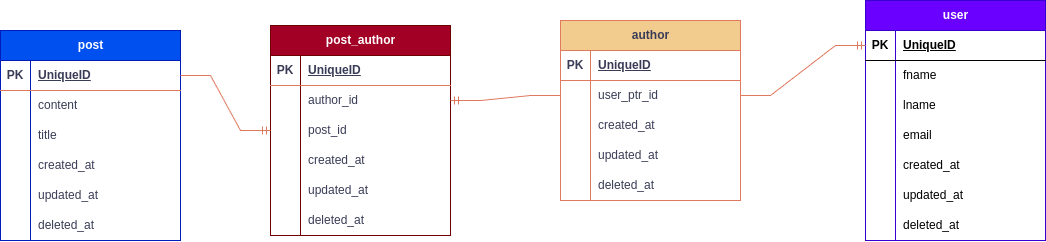
This is BlogApp_ERD.drawio.png from MohammadYeganeFar/Blog_App, a draw.io export, as it was before one commit. Source tidied: cells renumbered, new cells last; positions are measured from the earlier drawing's top-left corner, leaving out a move shared by most shapes.
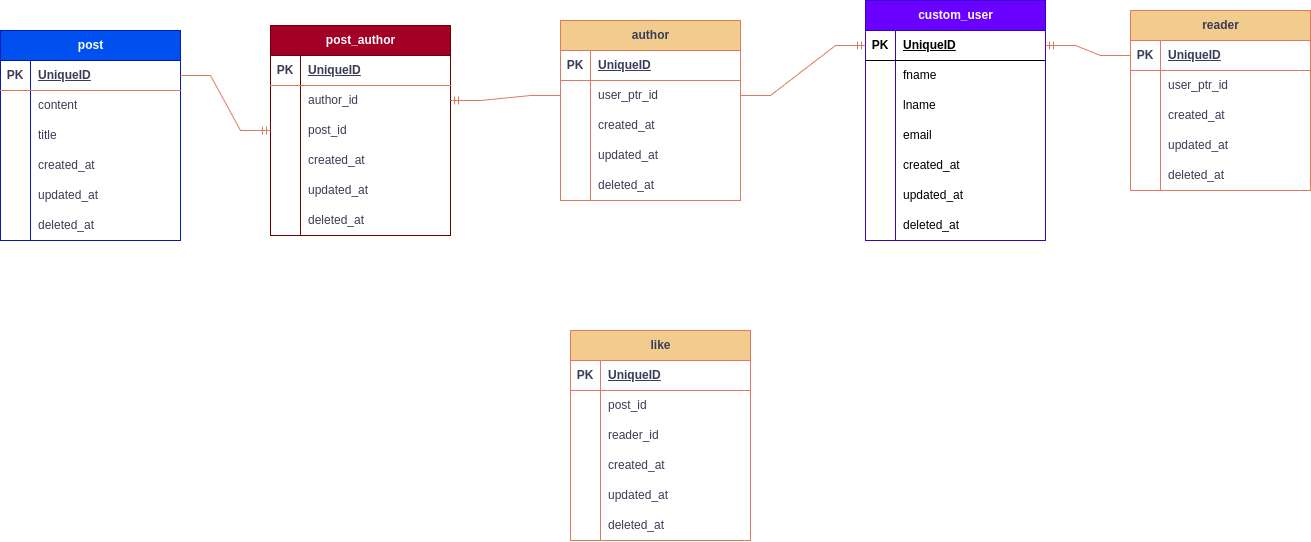
After the commit.

Commit message:
Update BlogApp_ERD.drawio.png: add table like. rename user to custom_user, connect custom_user to reader.

The edit, as a diff of the source:
```diff
@@ -50,7 +50,7 @@
     <mxCell id="17" value="deleted_at" style="shape=partialRectangle;fillColor=none;top=0;left=0;bottom=0;right=0;align=left;spacingLeft=6;overflow=hidden;whiteSpace=wrap;html=1;labelBackgroundColor=none;strokeColor=#E07A5F;fontColor=#393C56;" parent="15" vertex="1">
       <mxGeometry x="30" width="150" height="30" as="geometry" />
     </mxCell>
-    <mxCell id="18" value="user" style="shape=table;startSize=30;rowLines=0;fontStyle=1;align=center;html=1;fillColor=#6a00ff;fontColor=#ffffff;strokeColor=#3700CC;" parent="1" vertex="1">
+    <mxCell id="18" value="custom_user" style="shape=table;startSize=30;rowLines=0;fontStyle=1;align=center;html=1;fillColor=#6a00ff;fontColor=#ffffff;strokeColor=#3700CC;" parent="1" vertex="1">
       <mxGeometry x="865" width="180" height="240" as="geometry" />
     </mxCell>
     <mxCell id="19" style="shape=tableRow;horizontal=0;startSize=0;swimlaneHead=0;swimlaneBody=0;fillColor=none;points=[[0,0.5],[1,0.5]];portConstraint=eastwest;top=0;left=0;right=0;bottom=1;" parent="18" vertex="1">
@@ -239,5 +239,113 @@
     <mxCell id="80" style="edgeStyle=entityRelationEdgeStyle;fontSize=12;html=1;endArrow=ERmandOne;rounded=0;strokeColor=#E07A5F;fontColor=#393C56;fillColor=#F2CC8F;exitX=0;exitY=0.5;exitDx=0;exitDy=0;entryX=1;entryY=0.5;entryDx=0;entryDy=0;" parent="1" edge="1" source="6" target="64">
       <mxGeometry relative="1" as="geometry" />
     </mxCell>
+    <mxCell id="81" value="reader" style="shape=table;startSize=30;rowLines=0;fontStyle=1;align=center;html=1;strokeColor=#E07A5F;fontColor=#393C56;fillColor=#F2CC8F;" parent="1" vertex="1">
+      <mxGeometry x="1130" y="10" width="180" height="180" as="geometry" />
+    </mxCell>
+    <mxCell id="82" style="shape=tableRow;horizontal=0;startSize=0;swimlaneHead=0;swimlaneBody=0;fillColor=none;points=[[0,0.5],[1,0.5]];portConstraint=eastwest;top=0;left=0;right=0;bottom=1;strokeColor=#E07A5F;fontColor=#393C56;" parent="81" vertex="1">
+      <mxGeometry y="30" width="180" height="30" as="geometry" />
+    </mxCell>
+    <mxCell id="83" value="PK" style="shape=partialRectangle;fillColor=none;top=0;left=0;bottom=0;right=0;fontStyle=1;overflow=hidden;whiteSpace=wrap;html=1;strokeColor=#E07A5F;fontColor=#393C56;" parent="82" vertex="1">
+      <mxGeometry width="30" height="30" as="geometry" />
+    </mxCell>
+    <mxCell id="84" value="UniqueID" style="shape=partialRectangle;fillColor=none;top=0;left=0;bottom=0;right=0;align=left;spacingLeft=6;fontStyle=5;overflow=hidden;whiteSpace=wrap;html=1;strokeColor=#E07A5F;fontColor=#393C56;" parent="82" vertex="1">
+      <mxGeometry x="30" width="150" height="30" as="geometry" />
+    </mxCell>
+    <mxCell id="85" style="shape=tableRow;horizontal=0;startSize=0;swimlaneHead=0;swimlaneBody=0;fillColor=none;top=0;left=0;right=0;bottom=0;strokeColor=#E07A5F;fontColor=#393C56;" parent="81" vertex="1">
+      <mxGeometry y="60" width="180" height="30" as="geometry" />
+    </mxCell>
+    <mxCell id="86" style="shape=partialRectangle;fillColor=none;top=0;left=0;bottom=0;right=0;overflow=hidden;whiteSpace=wrap;html=1;strokeColor=#E07A5F;fontColor=#393C56;" parent="85" vertex="1">
+      <mxGeometry width="30" height="30" as="geometry" />
+    </mxCell>
+    <mxCell id="87" value="user_ptr_id" style="shape=partialRectangle;fillColor=none;top=0;left=0;bottom=0;right=0;align=left;spacingLeft=6;overflow=hidden;whiteSpace=wrap;html=1;strokeColor=#E07A5F;fontColor=#393C56;" parent="85" vertex="1">
+      <mxGeometry x="30" width="150" height="30" as="geometry" />
+    </mxCell>
+    <mxCell id="88" style="shape=tableRow;horizontal=0;startSize=0;swimlaneHead=0;swimlaneBody=0;fillColor=none;top=0;left=0;right=0;bottom=0;strokeColor=#E07A5F;fontColor=#393C56;" parent="81" vertex="1">
+      <mxGeometry y="90" width="180" height="30" as="geometry" />
+    </mxCell>
+    <mxCell id="89" style="shape=partialRectangle;fillColor=none;top=0;left=0;bottom=0;right=0;overflow=hidden;whiteSpace=wrap;html=1;strokeColor=#E07A5F;fontColor=#393C56;" parent="88" vertex="1">
+      <mxGeometry width="30" height="30" as="geometry" />
+    </mxCell>
+    <mxCell id="90" value="created_at" style="shape=partialRectangle;fillColor=none;top=0;left=0;bottom=0;right=0;align=left;spacingLeft=6;overflow=hidden;whiteSpace=wrap;html=1;strokeColor=#E07A5F;fontColor=#393C56;" parent="88" vertex="1">
+      <mxGeometry x="30" width="150" height="30" as="geometry" />
+    </mxCell>
+    <mxCell id="91" style="shape=tableRow;horizontal=0;startSize=0;swimlaneHead=0;swimlaneBody=0;fillColor=none;top=0;left=0;right=0;bottom=0;strokeColor=#E07A5F;fontColor=#393C56;" parent="81" vertex="1">
+      <mxGeometry y="120" width="180" height="30" as="geometry" />
+    </mxCell>
+    <mxCell id="92" style="shape=partialRectangle;fillColor=none;top=0;left=0;bottom=0;right=0;overflow=hidden;whiteSpace=wrap;html=1;strokeColor=#E07A5F;fontColor=#393C56;" parent="91" vertex="1">
+      <mxGeometry width="30" height="30" as="geometry" />
+    </mxCell>
+    <mxCell id="93" value="updated_at" style="shape=partialRectangle;fillColor=none;top=0;left=0;bottom=0;right=0;align=left;spacingLeft=6;overflow=hidden;whiteSpace=wrap;html=1;strokeColor=#E07A5F;fontColor=#393C56;" parent="91" vertex="1">
+      <mxGeometry x="30" width="150" height="30" as="geometry" />
+    </mxCell>
+    <mxCell id="94" style="shape=tableRow;horizontal=0;startSize=0;swimlaneHead=0;swimlaneBody=0;fillColor=none;top=0;left=0;right=0;bottom=0;strokeColor=#E07A5F;fontColor=#393C56;" parent="81" vertex="1">
+      <mxGeometry y="150" width="180" height="30" as="geometry" />
+    </mxCell>
+    <mxCell id="95" style="shape=partialRectangle;fillColor=none;top=0;left=0;bottom=0;right=0;overflow=hidden;whiteSpace=wrap;html=1;strokeColor=#E07A5F;fontColor=#393C56;" parent="94" vertex="1">
+      <mxGeometry width="30" height="30" as="geometry" />
+    </mxCell>
+    <mxCell id="96" value="deleted_at" style="shape=partialRectangle;fillColor=none;top=0;left=0;bottom=0;right=0;align=left;spacingLeft=6;overflow=hidden;whiteSpace=wrap;html=1;strokeColor=#E07A5F;fontColor=#393C56;" parent="94" vertex="1">
+      <mxGeometry x="30" width="150" height="30" as="geometry" />
+    </mxCell>
+    <mxCell id="97" value="like" style="shape=table;startSize=30;rowLines=0;fontStyle=1;align=center;html=1;strokeColor=#E07A5F;fontColor=#393C56;fillColor=#F2CC8F;" parent="1" vertex="1">
+      <mxGeometry x="570" y="330" width="180" height="210" as="geometry" />
+    </mxCell>
+    <mxCell id="98" style="shape=tableRow;horizontal=0;startSize=0;swimlaneHead=0;swimlaneBody=0;fillColor=none;top=0;left=0;right=0;bottom=1;strokeColor=#E07A5F;fontColor=#393C56;" parent="97" vertex="1">
+      <mxGeometry y="30" width="180" height="30" as="geometry" />
+    </mxCell>
+    <mxCell id="99" value="PK" style="shape=partialRectangle;fillColor=none;top=0;left=0;bottom=0;right=0;fontStyle=1;overflow=hidden;whiteSpace=wrap;html=1;strokeColor=#E07A5F;fontColor=#393C56;" parent="98" vertex="1">
+      <mxGeometry width="30" height="30" as="geometry" />
+    </mxCell>
+    <mxCell id="100" value="UniqueID" style="shape=partialRectangle;fillColor=none;top=0;left=0;bottom=0;right=0;align=left;spacingLeft=6;fontStyle=5;overflow=hidden;whiteSpace=wrap;html=1;strokeColor=#E07A5F;fontColor=#393C56;" parent="98" vertex="1">
+      <mxGeometry x="30" width="150" height="30" as="geometry" />
+    </mxCell>
+    <mxCell id="101" style="shape=tableRow;horizontal=0;startSize=0;swimlaneHead=0;swimlaneBody=0;fillColor=none;top=0;left=0;right=0;bottom=0;strokeColor=#E07A5F;fontColor=#393C56;" parent="97" vertex="1">
+      <mxGeometry y="60" width="180" height="30" as="geometry" />
+    </mxCell>
+    <mxCell id="102" style="shape=partialRectangle;fillColor=none;top=0;left=0;bottom=0;right=0;overflow=hidden;whiteSpace=wrap;html=1;strokeColor=#E07A5F;fontColor=#393C56;" parent="101" vertex="1">
+      <mxGeometry width="30" height="30" as="geometry" />
+    </mxCell>
+    <mxCell id="103" value="post_id" style="shape=partialRectangle;fillColor=none;top=0;left=0;bottom=0;right=0;align=left;spacingLeft=6;overflow=hidden;whiteSpace=wrap;html=1;strokeColor=#E07A5F;fontColor=#393C56;" parent="101" vertex="1">
+      <mxGeometry x="30" width="150" height="30" as="geometry" />
+    </mxCell>
+    <mxCell id="104" style="shape=tableRow;horizontal=0;startSize=0;swimlaneHead=0;swimlaneBody=0;fillColor=none;top=0;left=0;right=0;bottom=0;strokeColor=#E07A5F;fontColor=#393C56;" parent="97" vertex="1">
+      <mxGeometry y="90" width="180" height="30" as="geometry" />
+    </mxCell>
+    <mxCell id="105" style="shape=partialRectangle;fillColor=none;top=0;left=0;bottom=0;right=0;overflow=hidden;whiteSpace=wrap;html=1;strokeColor=#E07A5F;fontColor=#393C56;" parent="104" vertex="1">
+      <mxGeometry width="30" height="30" as="geometry" />
+    </mxCell>
+    <mxCell id="106" value="reader_id" style="shape=partialRectangle;fillColor=none;top=0;left=0;bottom=0;right=0;align=left;spacingLeft=6;overflow=hidden;whiteSpace=wrap;html=1;strokeColor=#E07A5F;fontColor=#393C56;" parent="104" vertex="1">
+      <mxGeometry x="30" width="150" height="30" as="geometry" />
+    </mxCell>
+    <mxCell id="107" style="shape=tableRow;horizontal=0;startSize=0;swimlaneHead=0;swimlaneBody=0;fillColor=none;top=0;left=0;right=0;bottom=0;strokeColor=#E07A5F;fontColor=#393C56;" parent="97" vertex="1">
+      <mxGeometry y="120" width="180" height="30" as="geometry" />
+    </mxCell>
+    <mxCell id="108" style="shape=partialRectangle;fillColor=none;top=0;left=0;bottom=0;right=0;overflow=hidden;whiteSpace=wrap;html=1;strokeColor=#E07A5F;fontColor=#393C56;" parent="107" vertex="1">
+      <mxGeometry width="30" height="30" as="geometry" />
+    </mxCell>
+    <mxCell id="109" value="created_at" style="shape=partialRectangle;fillColor=none;top=0;left=0;bottom=0;right=0;align=left;spacingLeft=6;overflow=hidden;whiteSpace=wrap;html=1;strokeColor=#E07A5F;fontColor=#393C56;" parent="107" vertex="1">
+      <mxGeometry x="30" width="150" height="30" as="geometry" />
+    </mxCell>
+    <mxCell id="110" style="shape=tableRow;horizontal=0;startSize=0;swimlaneHead=0;swimlaneBody=0;fillColor=none;top=0;left=0;right=0;bottom=0;strokeColor=#E07A5F;fontColor=#393C56;" parent="97" vertex="1">
+      <mxGeometry y="150" width="180" height="30" as="geometry" />
+    </mxCell>
+    <mxCell id="111" style="shape=partialRectangle;fillColor=none;top=0;left=0;bottom=0;right=0;overflow=hidden;whiteSpace=wrap;html=1;strokeColor=#E07A5F;fontColor=#393C56;" parent="110" vertex="1">
+      <mxGeometry width="30" height="30" as="geometry" />
+    </mxCell>
+    <mxCell id="112" value="updated_at" style="shape=partialRectangle;fillColor=none;top=0;left=0;bottom=0;right=0;align=left;spacingLeft=6;overflow=hidden;whiteSpace=wrap;html=1;strokeColor=#E07A5F;fontColor=#393C56;" parent="110" vertex="1">
+      <mxGeometry x="30" width="150" height="30" as="geometry" />
+    </mxCell>
+    <mxCell id="113" style="shape=tableRow;horizontal=0;startSize=0;swimlaneHead=0;swimlaneBody=0;fillColor=none;top=0;left=0;right=0;bottom=0;strokeColor=#E07A5F;fontColor=#393C56;" parent="97" vertex="1">
+      <mxGeometry y="180" width="180" height="30" as="geometry" />
+    </mxCell>
+    <mxCell id="114" style="shape=partialRectangle;fillColor=none;top=0;left=0;bottom=0;right=0;overflow=hidden;whiteSpace=wrap;html=1;strokeColor=#E07A5F;fontColor=#393C56;" parent="113" vertex="1">
+      <mxGeometry width="30" height="30" as="geometry" />
+    </mxCell>
+    <mxCell id="115" value="deleted_at" style="shape=partialRectangle;fillColor=none;top=0;left=0;bottom=0;right=0;align=left;spacingLeft=6;overflow=hidden;whiteSpace=wrap;html=1;strokeColor=#E07A5F;fontColor=#393C56;" parent="113" vertex="1">
+      <mxGeometry x="30" width="150" height="30" as="geometry" />
+    </mxCell>
+    <mxCell id="116" style="edgeStyle=entityRelationEdgeStyle;fontSize=12;html=1;endArrow=ERmandOne;rounded=0;strokeColor=#E07A5F;fontColor=#393C56;fillColor=#F2CC8F;entryX=1;entryY=0.5;entryDx=0;entryDy=0;exitX=0;exitY=0.5;exitDx=0;exitDy=0;" parent="1" edge="1" source="82" target="19">
+      <mxGeometry relative="1" as="geometry" />
+    </mxCell>
   </root>
 </mxGraphModel>
```
